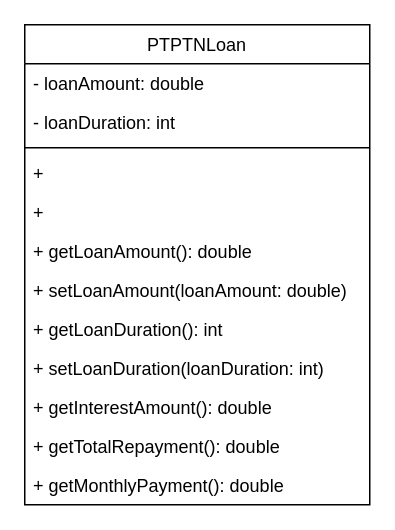
Before: Untitled Diagram.drawio in LauKeXin/cookie, a draw.io diagram. Source tidied: cells renumbered, new cells numbered last; positions are measured from the earlier drawing's top-left corner, leaving out a move shared by most shapes. Both pictures are drawn from the tidied source at 150%, with x=0, y=0 at pixel (24, 24).
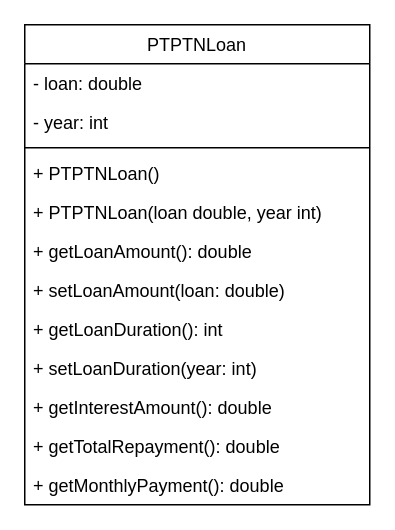
After the change.

Diff of the diagram source:
```diff
@@
 <mxGraphModel>
   <root>
     <mxCell id="0" />
     <mxCell id="1" parent="0" />
     <mxCell id="2" value="PTPTNLoan" style="swimlane;fontStyle=0;align=center;verticalAlign=top;horizontal=1;startSize=26;rounded=0;shadow=0;strokeWidth=1;" parent="1" vertex="1">
       <mxGeometry width="230" height="320" as="geometry" />
     </mxCell>
-    <mxCell id="3" value="- loanAmount: double" style="text;align=left;verticalAlign=top;spacingLeft=4;spacingRight=4;overflow=hidden;" parent="2" vertex="1">
+    <mxCell id="3" value="- loan: double" style="text;align=left;verticalAlign=top;spacingLeft=4;spacingRight=4;overflow=hidden;" parent="2" vertex="1">
       <mxGeometry y="26" width="230" height="26" as="geometry" />
     </mxCell>
-    <mxCell id="4" value="- loanDuration: int" style="text;align=left;verticalAlign=top;spacingLeft=4;spacingRight=4;overflow=hidden;rounded=0;shadow=0;html=0;" parent="2" vertex="1">
+    <mxCell id="4" value="- year: int" style="text;align=left;verticalAlign=top;spacingLeft=4;spacingRight=4;overflow=hidden;rounded=0;shadow=0;html=0;" parent="2" vertex="1">
       <mxGeometry y="52" width="230" height="26" as="geometry" />
     </mxCell>
     <mxCell id="5" style="line;html=1;strokeWidth=1;align=left;verticalAlign=middle;spacingTop=-1;spacingLeft=3;spacingRight=3;labelPosition=right;" parent="2" vertex="1">
       <mxGeometry y="78" width="230" height="8" as="geometry" />
     </mxCell>
-    <mxCell id="6" value="+ " style="text;align=left;verticalAlign=top;spacingLeft=4;spacingRight=4;overflow=hidden;" parent="2" vertex="1">
+    <mxCell id="6" value="+ PTPTNLoan() " style="text;align=left;verticalAlign=top;spacingLeft=4;spacingRight=4;overflow=hidden;" parent="2" vertex="1">
       <mxGeometry y="86" width="230" height="26" as="geometry" />
     </mxCell>
-    <mxCell id="7" value="+ " style="text;align=left;verticalAlign=top;spacingLeft=4;spacingRight=4;overflow=hidden;" parent="2" vertex="1">
+    <mxCell id="7" value="+ PTPTNLoan(loan double, year int)" style="text;align=left;verticalAlign=top;spacingLeft=4;spacingRight=4;overflow=hidden;" parent="2" vertex="1">
       <mxGeometry y="112" width="230" height="26" as="geometry" />
     </mxCell>
     <mxCell id="8" value="+ getLoanAmount(): double" style="text;align=left;verticalAlign=top;spacingLeft=4;spacingRight=4;overflow=hidden;" parent="2" vertex="1">
       <mxGeometry y="138" width="230" height="26" as="geometry" />
     </mxCell>
-    <mxCell id="9" value="+ setLoanAmount(loanAmount: double) " style="text;align=left;verticalAlign=top;spacingLeft=4;spacingRight=4;overflow=hidden;" parent="2" vertex="1">
+    <mxCell id="9" value="+ setLoanAmount(loan: double) " style="text;align=left;verticalAlign=top;spacingLeft=4;spacingRight=4;overflow=hidden;" parent="2" vertex="1">
       <mxGeometry y="164" width="230" height="26" as="geometry" />
     </mxCell>
     <mxCell id="10" value="+ getLoanDuration(): int" style="text;align=left;verticalAlign=top;spacingLeft=4;spacingRight=4;overflow=hidden;" parent="2" vertex="1">
       <mxGeometry y="190" width="230" height="26" as="geometry" />
     </mxCell>
-    <mxCell id="11" value="+ setLoanDuration(loanDuration: int) " style="text;align=left;verticalAlign=top;spacingLeft=4;spacingRight=4;overflow=hidden;" parent="2" vertex="1">
+    <mxCell id="11" value="+ setLoanDuration(year: int) " style="text;align=left;verticalAlign=top;spacingLeft=4;spacingRight=4;overflow=hidden;" parent="2" vertex="1">
       <mxGeometry y="216" width="230" height="26" as="geometry" />
     </mxCell>
     <mxCell id="12" value="+ getInterestAmount(): double" style="text;align=left;verticalAlign=top;spacingLeft=4;spacingRight=4;overflow=hidden;" parent="2" vertex="1">
       <mxGeometry y="242" width="230" height="26" as="geometry" />
     </mxCell>
     <mxCell id="13" value="+ getTotalRepayment(): double" style="text;align=left;verticalAlign=top;spacingLeft=4;spacingRight=4;overflow=hidden;" parent="2" vertex="1">
       <mxGeometry y="268" width="230" height="26" as="geometry" />
     </mxCell>
     <mxCell id="14" value="+ getMonthlyPayment(): double" style="text;align=left;verticalAlign=top;spacingLeft=4;spacingRight=4;overflow=hidden;" parent="2" vertex="1">
       <mxGeometry y="294" width="230" height="26" as="geometry" />
     </mxCell>
   </root>
 </mxGraphModel>
```
